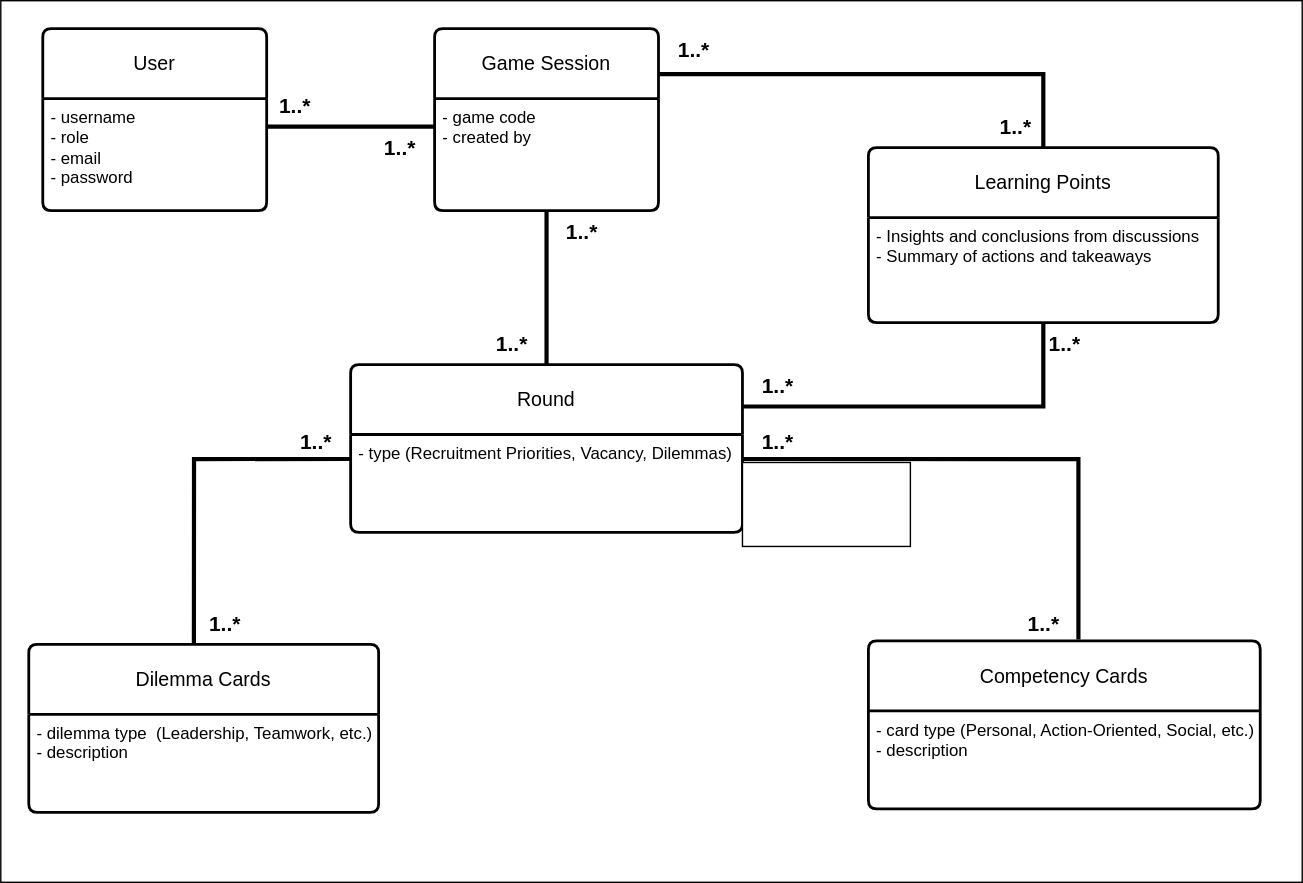
The draw.io diagram artefacts/Domain Model Diagram CBBD.drawio.svg in GeorgiGoranov/CBBD_Board_Game_Digitalization, before a commit. Source tidied: cells renumbered, new cells last; positions are measured from the earlier drawing's top-left corner, leaving out a move shared by most shapes.
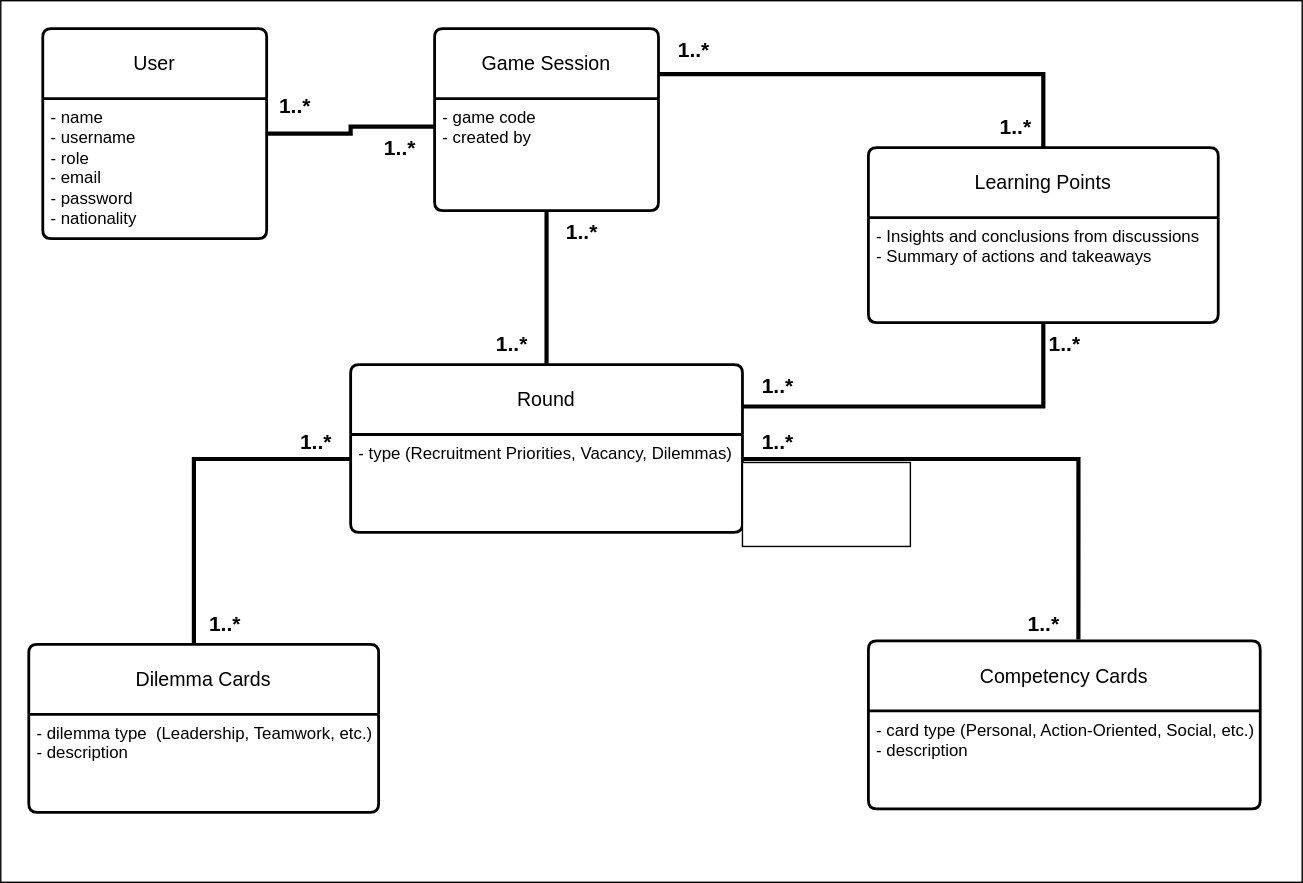
The same diagram one commit later.

What changed in the source:
```diff
@@ -6,10 +6,10 @@
       <mxGeometry width="930" height="630" as="geometry" />
     </mxCell>
     <mxCell id="3" value="User" style="swimlane;horizontal=1;startSize=50;rounded=1;fontSize=14;fontStyle=0;strokeWidth=2;shadow=0;dashed=0;align=center;arcSize=4;whiteSpace=wrap;html=1;swimlaneLine=1;glass=0;" parent="1" vertex="1">
-      <mxGeometry x="30" y="20" width="160" height="130" as="geometry" />
+      <mxGeometry x="30" y="20" width="160" height="150" as="geometry" />
     </mxCell>
-    <mxCell id="4" value="&lt;div&gt;- username&lt;/div&gt;&lt;div&gt;- role&lt;/div&gt;&lt;div&gt;- email&lt;/div&gt;&lt;div&gt;- password&lt;/div&gt;" style="align=left;strokeColor=none;fillColor=none;spacingLeft=4;fontSize=12;verticalAlign=top;html=1;" parent="3" vertex="1">
-      <mxGeometry y="50" width="160" height="80" as="geometry" />
+    <mxCell id="4" value="&lt;div&gt;- name&lt;/div&gt;&lt;div&gt;- username&lt;/div&gt;&lt;div&gt;- role&lt;/div&gt;&lt;div&gt;- email&lt;/div&gt;&lt;div&gt;- password&lt;/div&gt;&lt;div&gt;- nationality&lt;/div&gt;" style="align=left;strokeColor=none;fillColor=none;spacingLeft=4;fontSize=12;verticalAlign=top;html=1;" parent="3" vertex="1">
+      <mxGeometry y="50" width="160" height="100" as="geometry" />
     </mxCell>
     <mxCell id="5" value="Round" style="swimlane;horizontal=1;startSize=50;rounded=1;fontSize=14;fontStyle=0;strokeWidth=2;shadow=0;dashed=0;align=center;arcSize=4;whiteSpace=wrap;html=1;" parent="1" vertex="1">
       <mxGeometry x="250" y="260" width="280" height="120" as="geometry" />
```
